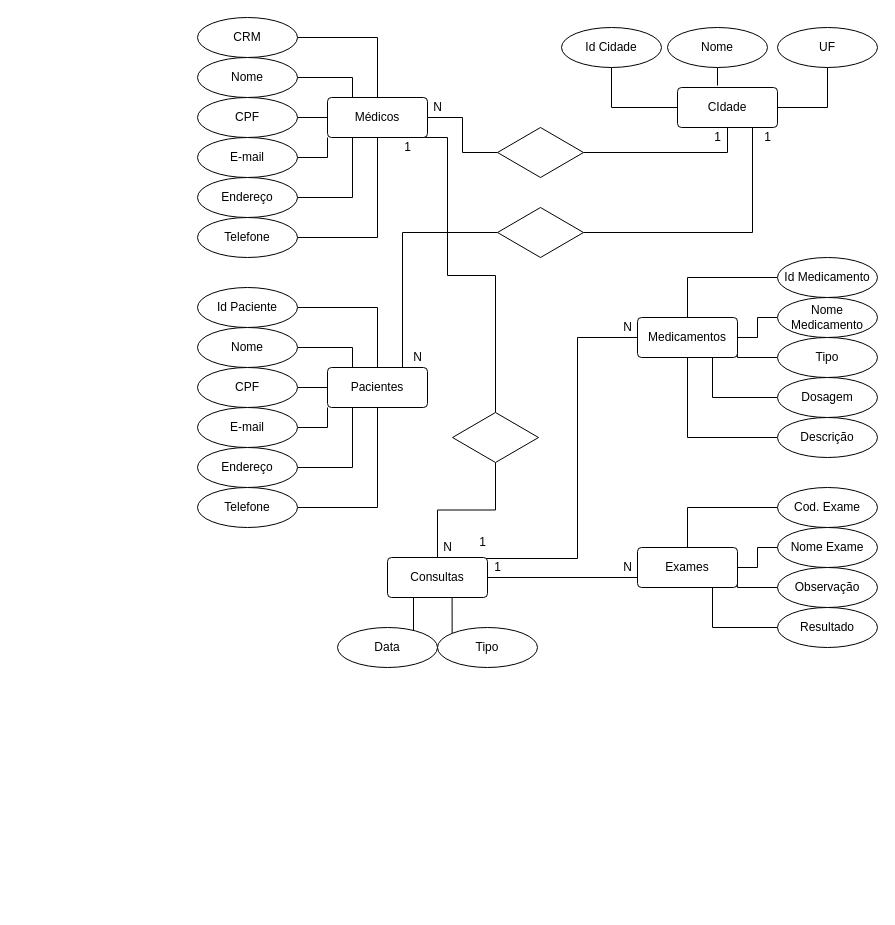
Before: Diagrama Hospital.drawio in Jessicabm61/BancoDeDados, a draw.io diagram. Source tidied: cells renumbered, new cells numbered last; positions are measured from the earlier drawing's top-left corner, leaving out a move shared by most shapes. Both pictures are drawn from the tidied source at 100%, with x=0, y=0 at pixel (197, 17).
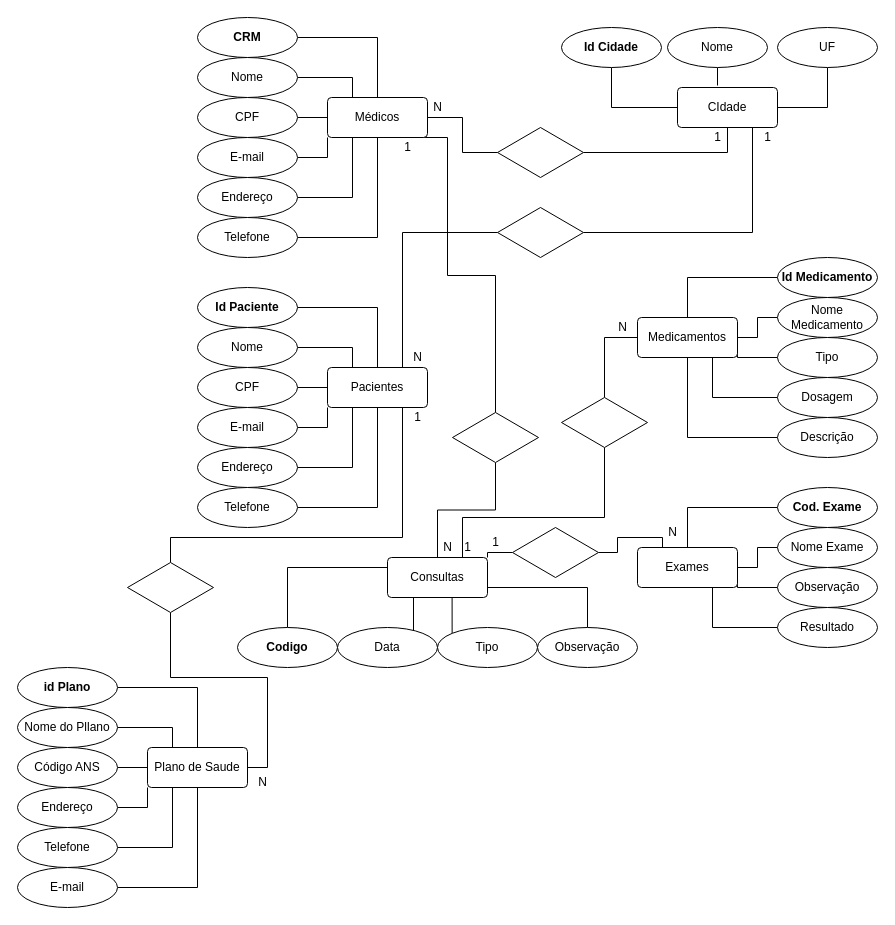
The same page after the edit.

Unchanged cells that the change refers to:
```xml
<mxCell id="18" value="Pacientes" style="rounded=1;arcSize=10;whiteSpace=wrap;html=1;align=center;" parent="1" vertex="1">
  <mxGeometry x="130" y="350" width="100" height="40" as="geometry" />
</mxCell>
<mxCell id="45" value="Medicamentos" style="rounded=1;arcSize=10;whiteSpace=wrap;html=1;align=center;" parent="1" vertex="1">
  <mxGeometry x="440" y="300" width="100" height="40" as="geometry" />
</mxCell>
<mxCell id="60" value="Exames" style="rounded=1;arcSize=10;whiteSpace=wrap;html=1;align=center;" parent="1" vertex="1">
  <mxGeometry x="440" y="530" width="100" height="40" as="geometry" />
</mxCell>
<mxCell id="70" value="Consultas" style="rounded=1;arcSize=10;whiteSpace=wrap;html=1;align=center;" parent="1" vertex="1">
  <mxGeometry x="190" y="540" width="100" height="40" as="geometry" />
</mxCell>
```

Change to the diagram source:
```diff
@@
-    <mxCell id="6" value="CRM" style="ellipse;whiteSpace=wrap;html=1;align=center;" parent="1" vertex="1">
+    <mxCell id="6" value="&lt;b&gt;CRM&lt;/b&gt;" style="ellipse;whiteSpace=wrap;html=1;align=center;" parent="1" vertex="1">
       <mxGeometry width="100" height="40" as="geometry" />
     </mxCell>
@@
+    <mxCell id="81" style="edgeStyle=orthogonalEdgeStyle;rounded=0;jettySize=auto;html=1;exitX=0.75;exitY=1;exitDx=0;exitDy=0;entryX=0.5;entryY=0;entryDx=0;entryDy=0;endArrow=none;endFill=0;" parent="1" edge="1" source="18" target="107">
+      <mxGeometry relative="1" as="geometry">
+        <Array as="points">
+          <mxPoint x="205" y="520" />
+          <mxPoint x="-27" y="520" />
+        </Array>
+      </mxGeometry>
+    </mxCell>
@@
-    <mxCell id="20" value="Id Paciente" style="ellipse;whiteSpace=wrap;html=1;align=center;" parent="1" vertex="1">
+    <mxCell id="20" value="&lt;b&gt;Id Paciente&lt;/b&gt;" style="ellipse;whiteSpace=wrap;html=1;align=center;" parent="1" vertex="1">
       <mxGeometry y="270" width="100" height="40" as="geometry" />
     </mxCell>
@@
-    <mxCell id="33" value="Id Cidade" style="ellipse;whiteSpace=wrap;html=1;align=center;" parent="1" vertex="1">
+    <mxCell id="33" value="&lt;b&gt;Id Cidade&lt;/b&gt;" style="ellipse;whiteSpace=wrap;html=1;align=center;" parent="1" vertex="1">
       <mxGeometry x="364" y="10" width="100" height="40" as="geometry" />
     </mxCell>
@@
-    <mxCell id="44" style="edgeStyle=orthogonalEdgeStyle;rounded=0;jettySize=auto;html=1;exitX=0;exitY=0.5;exitDx=0;exitDy=0;entryX=0.91;entryY=0.025;entryDx=0;entryDy=0;entryPerimeter=0;endArrow=none;endFill=0;" parent="1" edge="1" source="45" target="70">
-      <mxGeometry relative="1" as="geometry">
-        <Array as="points">
-          <mxPoint x="380" y="320" />
-          <mxPoint x="380" y="541" />
-        </Array>
-      </mxGeometry>
-    </mxCell>
+    <mxCell id="82" style="edgeStyle=orthogonalEdgeStyle;rounded=0;jettySize=auto;html=1;exitX=0;exitY=0.5;exitDx=0;exitDy=0;entryX=0.5;entryY=0;entryDx=0;entryDy=0;endArrow=none;endFill=0;" parent="1" edge="1" source="45" target="89">
+      <mxGeometry relative="1" as="geometry" />
+    </mxCell>
@@
-    <mxCell id="47" value="Id Medicamento" style="ellipse;whiteSpace=wrap;html=1;align=center;" parent="1" vertex="1">
+    <mxCell id="47" value="&lt;b&gt;Id Medicamento&lt;/b&gt;" style="ellipse;whiteSpace=wrap;html=1;align=center;" parent="1" vertex="1">
       <mxGeometry x="580" y="240" width="100" height="40" as="geometry" />
     </mxCell>
@@
-    <mxCell id="59" style="edgeStyle=orthogonalEdgeStyle;rounded=0;jettySize=auto;html=1;exitX=0;exitY=0.75;exitDx=0;exitDy=0;entryX=1;entryY=0.5;entryDx=0;entryDy=0;endArrow=none;endFill=0;" parent="1" edge="1" source="60" target="70">
-      <mxGeometry relative="1" as="geometry" />
-    </mxCell>
+    <mxCell id="83" style="edgeStyle=orthogonalEdgeStyle;rounded=0;jettySize=auto;html=1;exitX=0.25;exitY=0;exitDx=0;exitDy=0;entryX=1;entryY=0.5;entryDx=0;entryDy=0;endArrow=none;endFill=0;" parent="1" edge="1" source="60" target="91">
+      <mxGeometry relative="1" as="geometry">
+        <Array as="points">
+          <mxPoint x="465" y="520" />
+          <mxPoint x="420" y="520" />
+          <mxPoint x="420" y="535" />
+        </Array>
+      </mxGeometry>
+    </mxCell>
@@
-    <mxCell id="62" value="Cod. Exame" style="ellipse;whiteSpace=wrap;html=1;align=center;" parent="1" vertex="1">
+    <mxCell id="62" value="&lt;b&gt;Cod. Exame&lt;/b&gt;" style="ellipse;whiteSpace=wrap;html=1;align=center;" parent="1" vertex="1">
       <mxGeometry x="580" y="470" width="100" height="40" as="geometry" />
     </mxCell>
@@
+    <mxCell id="84" style="edgeStyle=orthogonalEdgeStyle;rounded=0;jettySize=auto;html=1;exitX=0;exitY=0.25;exitDx=0;exitDy=0;entryX=0.5;entryY=0;entryDx=0;entryDy=0;endArrow=none;endFill=0;" parent="1" edge="1" source="70" target="86">
+      <mxGeometry relative="1" as="geometry" />
+    </mxCell>
+    <mxCell id="85" style="edgeStyle=orthogonalEdgeStyle;rounded=0;jettySize=auto;html=1;exitX=1;exitY=0.75;exitDx=0;exitDy=0;entryX=0.5;entryY=0;entryDx=0;entryDy=0;endArrow=none;endFill=0;" parent="1" edge="1" source="70" target="87">
+      <mxGeometry relative="1" as="geometry" />
+    </mxCell>
@@
     <mxCell id="77" value="1" style="text;html=1;align=center;verticalAlign=middle;strokeColor=none;fillColor=none;" parent="1" vertex="1">
-      <mxGeometry x="285" y="535" width="30" height="30" as="geometry" />
+      <mxGeometry x="283" y="510" width="30" height="30" as="geometry" />
     </mxCell>
     <mxCell id="78" value="N" style="text;html=1;align=center;verticalAlign=middle;strokeColor=none;fillColor=none;" parent="1" vertex="1">
-      <mxGeometry x="415" y="535" width="30" height="30" as="geometry" />
+      <mxGeometry x="460" y="500" width="30" height="30" as="geometry" />
     </mxCell>
     <mxCell id="79" value="1" style="text;html=1;align=center;verticalAlign=middle;strokeColor=none;fillColor=none;" parent="1" vertex="1">
-      <mxGeometry x="270" y="510" width="30" height="30" as="geometry" />
+      <mxGeometry x="255" y="515" width="30" height="30" as="geometry" />
     </mxCell>
     <mxCell id="80" value="N" style="text;html=1;align=center;verticalAlign=middle;strokeColor=none;fillColor=none;" parent="1" vertex="1">
-      <mxGeometry x="415" y="295" width="30" height="30" as="geometry" />
+      <mxGeometry x="410" y="295" width="30" height="30" as="geometry" />
     </mxCell>
+    <mxCell id="86" value="&lt;b&gt;Codigo&lt;/b&gt;" style="ellipse;whiteSpace=wrap;html=1;align=center;" parent="1" vertex="1">
+      <mxGeometry x="40" y="610" width="100" height="40" as="geometry" />
+    </mxCell>
+    <mxCell id="87" value="Observação" style="ellipse;whiteSpace=wrap;html=1;align=center;" parent="1" vertex="1">
+      <mxGeometry x="340" y="610" width="100" height="40" as="geometry" />
+    </mxCell>
+    <mxCell id="88" style="edgeStyle=orthogonalEdgeStyle;rounded=0;jettySize=auto;html=1;exitX=0.5;exitY=1;exitDx=0;exitDy=0;endArrow=none;endFill=0;entryX=0.75;entryY=0;entryDx=0;entryDy=0;" parent="1" edge="1" source="89" target="70">
+      <mxGeometry relative="1" as="geometry">
+        <Array as="points">
+          <mxPoint x="407" y="500" />
+          <mxPoint x="265" y="500" />
+        </Array>
+      </mxGeometry>
+    </mxCell>
+    <mxCell id="89" style="shape=rhombus;perimeter=rhombusPerimeter;whiteSpace=wrap;html=1;align=center;" parent="1" vertex="1">
+      <mxGeometry x="364" y="380" width="86" height="50" as="geometry" />
+    </mxCell>
+    <mxCell id="90" style="edgeStyle=orthogonalEdgeStyle;rounded=0;jettySize=auto;html=1;exitX=0;exitY=0.5;exitDx=0;exitDy=0;endArrow=none;endFill=0;entryX=1;entryY=0;entryDx=0;entryDy=0;" parent="1" edge="1" source="91" target="70">
+      <mxGeometry relative="1" as="geometry" />
+    </mxCell>
+    <mxCell id="91" style="shape=rhombus;perimeter=rhombusPerimeter;whiteSpace=wrap;html=1;align=center;" parent="1" vertex="1">
+      <mxGeometry x="315" y="510" width="86" height="50" as="geometry" />
+    </mxCell>
+    <mxCell id="92" value="Plano de Saude" style="rounded=1;arcSize=10;whiteSpace=wrap;html=1;align=center;" parent="1" vertex="1">
+      <mxGeometry x="-50" y="730" width="100" height="40" as="geometry" />
+    </mxCell>
+    <mxCell id="93" style="edgeStyle=orthogonalEdgeStyle;rounded=0;jettySize=auto;html=1;exitX=1;exitY=0.5;exitDx=0;exitDy=0;entryX=0.5;entryY=0;entryDx=0;entryDy=0;endArrow=none;endFill=0;" parent="1" edge="1" source="94" target="92">
+      <mxGeometry relative="1" as="geometry" />
+    </mxCell>
+    <mxCell id="94" value="&lt;b&gt;id Plano&lt;/b&gt;" style="ellipse;whiteSpace=wrap;html=1;align=center;" parent="1" vertex="1">
+      <mxGeometry x="-180" y="650" width="100" height="40" as="geometry" />
+    </mxCell>
+    <mxCell id="95" style="edgeStyle=orthogonalEdgeStyle;rounded=0;jettySize=auto;html=1;exitX=1;exitY=0.5;exitDx=0;exitDy=0;entryX=0.25;entryY=0;entryDx=0;entryDy=0;endArrow=none;endFill=0;" parent="1" edge="1" source="96" target="92">
+      <mxGeometry relative="1" as="geometry" />
+    </mxCell>
+    <mxCell id="96" value="Nome do Pllano" style="ellipse;whiteSpace=wrap;html=1;align=center;" parent="1" vertex="1">
+      <mxGeometry x="-180" y="690" width="100" height="40" as="geometry" />
+    </mxCell>
+    <mxCell id="97" style="edgeStyle=orthogonalEdgeStyle;rounded=0;jettySize=auto;html=1;exitX=1;exitY=0.5;exitDx=0;exitDy=0;entryX=0;entryY=0.5;entryDx=0;entryDy=0;endArrow=none;endFill=0;" parent="1" edge="1" source="98" target="92">
+      <mxGeometry relative="1" as="geometry" />
+    </mxCell>
+    <mxCell id="98" value="Código ANS" style="ellipse;whiteSpace=wrap;html=1;align=center;" parent="1" vertex="1">
+      <mxGeometry x="-180" y="730" width="100" height="40" as="geometry" />
+    </mxCell>
+    <mxCell id="99" style="edgeStyle=orthogonalEdgeStyle;rounded=0;jettySize=auto;html=1;exitX=1;exitY=0.5;exitDx=0;exitDy=0;entryX=0.5;entryY=1;entryDx=0;entryDy=0;endArrow=none;endFill=0;" parent="1" edge="1" source="100" target="92">
+      <mxGeometry relative="1" as="geometry" />
+    </mxCell>
+    <mxCell id="100" value="E-mail" style="ellipse;whiteSpace=wrap;html=1;align=center;" parent="1" vertex="1">
+      <mxGeometry x="-180" y="850" width="100" height="40" as="geometry" />
+    </mxCell>
+    <mxCell id="101" style="edgeStyle=orthogonalEdgeStyle;rounded=0;jettySize=auto;html=1;exitX=1;exitY=0.5;exitDx=0;exitDy=0;entryX=0;entryY=1;entryDx=0;entryDy=0;endArrow=none;endFill=0;" parent="1" edge="1" source="102" target="92">
+      <mxGeometry relative="1" as="geometry" />
+    </mxCell>
+    <mxCell id="102" value="Endereço" style="ellipse;whiteSpace=wrap;html=1;align=center;" parent="1" vertex="1">
+      <mxGeometry x="-180" y="770" width="100" height="40" as="geometry" />
+    </mxCell>
+    <mxCell id="103" style="edgeStyle=orthogonalEdgeStyle;rounded=0;jettySize=auto;html=1;exitX=1;exitY=0.5;exitDx=0;exitDy=0;entryX=0.25;entryY=1;entryDx=0;entryDy=0;endArrow=none;endFill=0;" parent="1" edge="1" source="104" target="92">
+      <mxGeometry relative="1" as="geometry" />
+    </mxCell>
+    <mxCell id="104" value="Telefone" style="ellipse;whiteSpace=wrap;html=1;align=center;" parent="1" vertex="1">
+      <mxGeometry x="-180" y="810" width="100" height="40" as="geometry" />
+    </mxCell>
+    <mxCell id="105" value="N" style="text;html=1;align=center;verticalAlign=middle;strokeColor=none;fillColor=none;" parent="1" vertex="1">
+      <mxGeometry x="50" y="750" width="30" height="30" as="geometry" />
+    </mxCell>
+    <mxCell id="106" style="edgeStyle=orthogonalEdgeStyle;rounded=0;jettySize=auto;html=1;exitX=0.5;exitY=1;exitDx=0;exitDy=0;entryX=1;entryY=0.5;entryDx=0;entryDy=0;endArrow=none;endFill=0;" parent="1" edge="1" source="107" target="92">
+      <mxGeometry relative="1" as="geometry">
+        <Array as="points">
+          <mxPoint x="-27" y="660" />
+          <mxPoint x="70" y="660" />
+          <mxPoint x="70" y="750" />
+        </Array>
+      </mxGeometry>
+    </mxCell>
+    <mxCell id="107" style="shape=rhombus;perimeter=rhombusPerimeter;whiteSpace=wrap;html=1;align=center;" parent="1" vertex="1">
+      <mxGeometry x="-70" y="545" width="86" height="50" as="geometry" />
+    </mxCell>
+    <mxCell id="108" value="1" style="text;html=1;align=center;verticalAlign=middle;strokeColor=none;fillColor=none;" parent="1" vertex="1">
+      <mxGeometry x="205" y="385" width="30" height="30" as="geometry" />
+    </mxCell>
```
